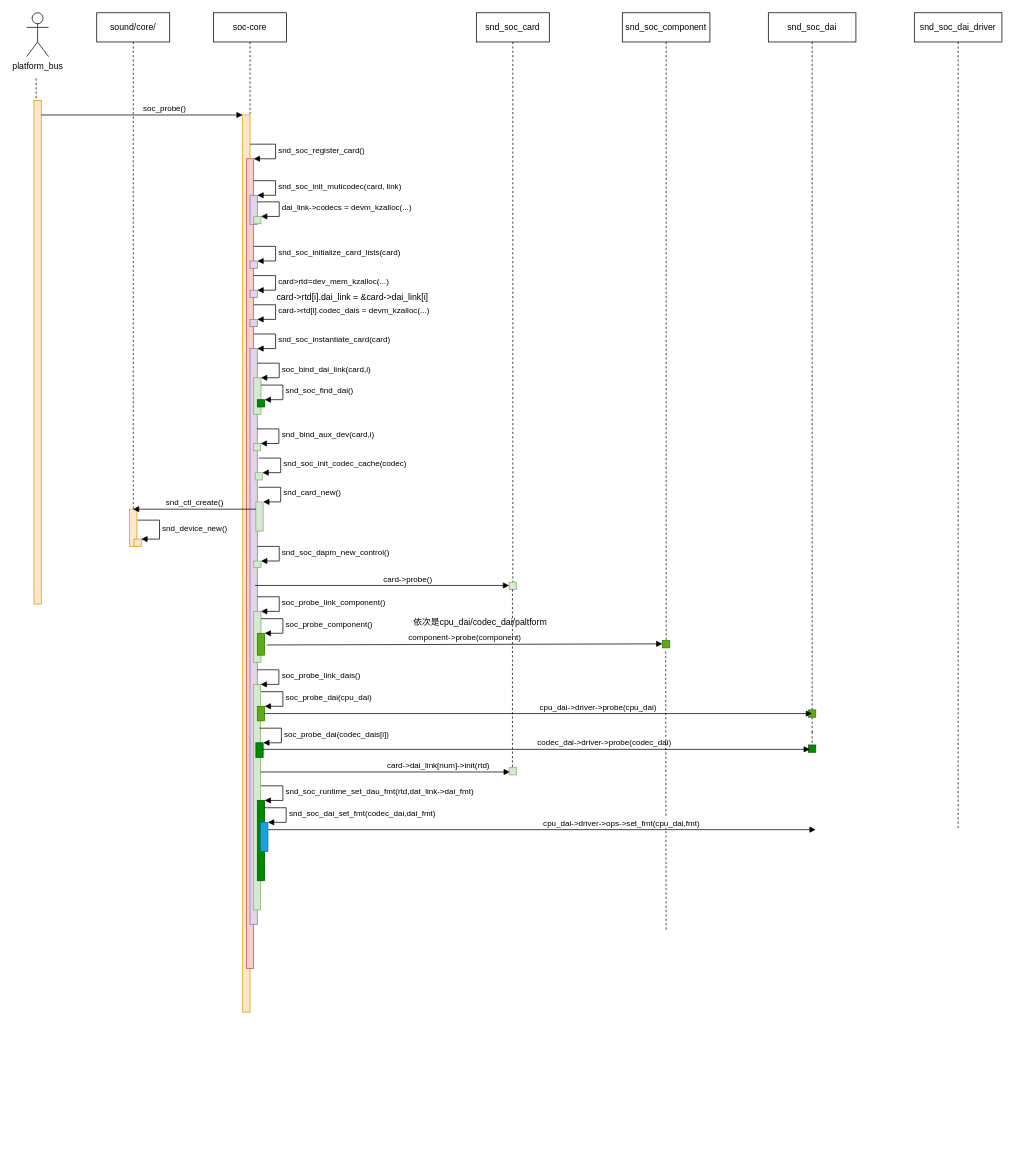
Vinson-001/Blog-flow-chart keeps this draw.io diagram as alsa 驱动分析（一）.drawio. Above is the earlier version. Source tidied: cells renumbered, new cells numbered last; positions are measured from the earlier drawing's top-left corner, leaving out a move shared by most shapes. Both pictures are drawn from the tidied source at 73%, with x=0, y=0 at pixel (26, 12).
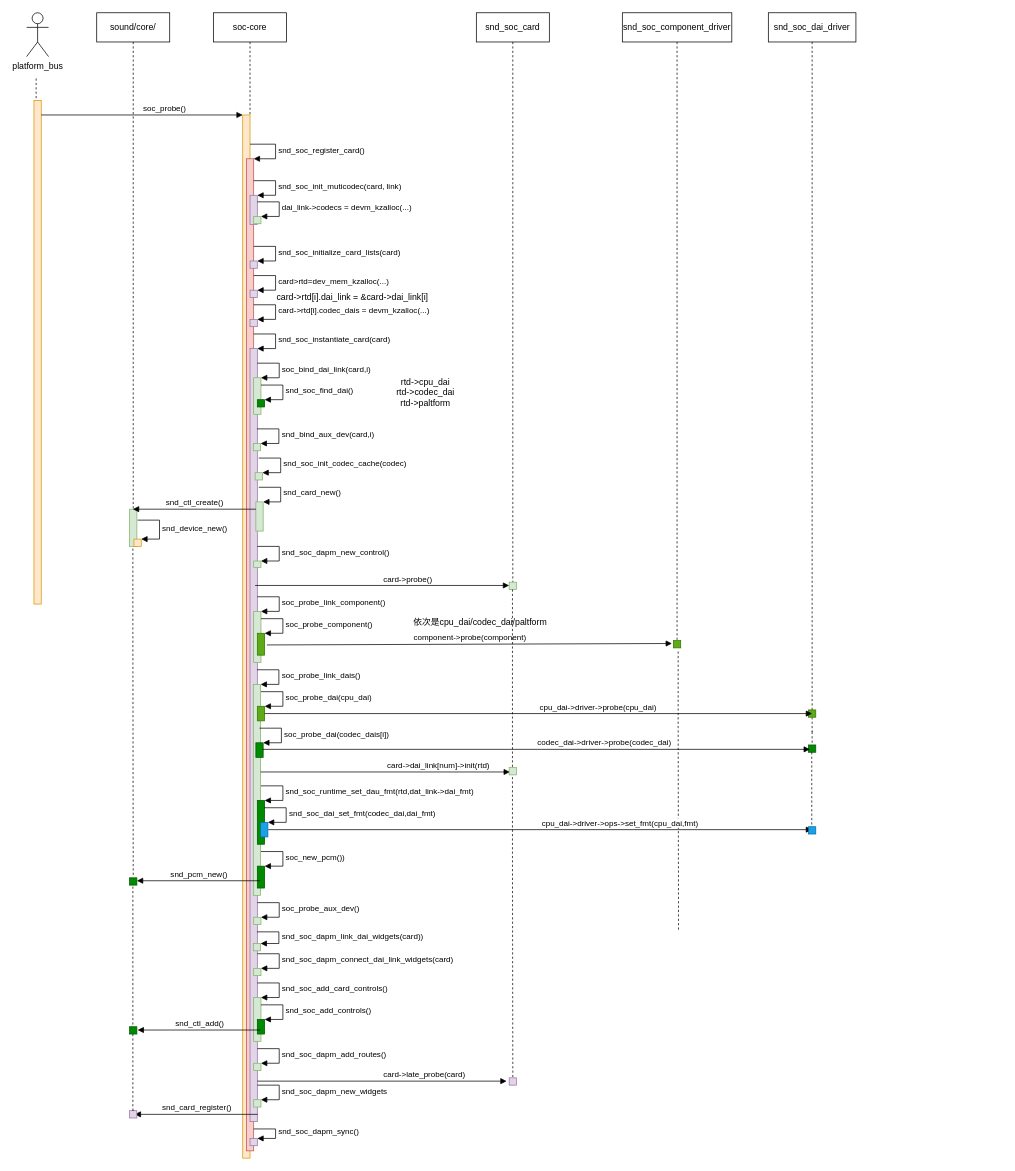
After the change.

Commit message (it also covers changes not shown here):
更新alsa 驱动分析（一）.drawio

Unchanged cells that the change refers to:
```xml
<mxCell id="44" style="html=1;points=[];perimeter=orthogonalPerimeter;fillColor=#60a917;strokeColor=#2D7600;fontColor=#ffffff;" parent="1" vertex="1">
  <mxGeometry x="316" y="850" width="10" height="30" as="geometry" />
</mxCell>
```

Diff of the diagram source:
```diff
@@
-    <mxCell id="2" style="html=1;perimeter=orthogonalPerimeter;fillColor=#ffe6cc;strokeColor=#d79b00;" parent="1" vertex="1">
+    <mxCell id="2" style="html=1;perimeter=orthogonalPerimeter;fillColor=#d5e8d4;strokeColor=#82b366;" parent="1" vertex="1">
       <mxGeometry x="141" y="680" width="10" height="51" as="geometry" />
     </mxCell>
@@
     <mxCell id="8" style="html=1;perimeter=orthogonalPerimeter;fillColor=#ffe6cc;strokeColor=#d79b00;" parent="1" vertex="1">
-      <mxGeometry x="296" y="140" width="10" height="1229" as="geometry" />
+      <mxGeometry x="296" y="140" width="10" height="1429" as="geometry" />
     </mxCell>
@@
     <mxCell id="10" style="html=1;points=[];perimeter=orthogonalPerimeter;fillColor=#f8cecc;strokeColor=#b85450;" parent="1" vertex="1">
-      <mxGeometry x="301" y="200" width="10" height="1109" as="geometry" />
+      <mxGeometry x="301" y="200" width="10" height="1359" as="geometry" />
     </mxCell>
@@
     <mxCell id="22" style="html=1;points=[];perimeter=orthogonalPerimeter;fillColor=#e1d5e7;strokeColor=#9673a6;" parent="1" vertex="1">
-      <mxGeometry x="306" y="460" width="10" height="789" as="geometry" />
+      <mxGeometry x="306" y="460" width="10" height="1059" as="geometry" />
     </mxCell>
@@
-    <mxCell id="46" value="snd_soc_component" style="shape=umlLifeline;perimeter=lifelinePerimeter;whiteSpace=wrap;html=1;" parent="1" vertex="1">
-      <mxGeometry x="816" width="120" height="860" as="geometry" />
+    <mxCell id="46" value="snd_soc_component_driver" style="shape=umlLifeline;perimeter=lifelinePerimeter;whiteSpace=wrap;html=1;" parent="1" vertex="1">
+      <mxGeometry x="816" width="150" height="860" as="geometry" />
     </mxCell>
     <mxCell id="47" style="html=1;points=[];perimeter=orthogonalPerimeter;fillColor=#60a917;fontColor=#ffffff;strokeColor=#2D7600;" parent="1" vertex="1">
-      <mxGeometry x="871" y="860" width="10" height="10" as="geometry" />
+      <mxGeometry x="886" y="860" width="10" height="10" as="geometry" />
     </mxCell>
-    <mxCell id="48" value="component-&amp;gt;probe(component)" style="html=1;verticalAlign=bottom;endArrow=block;rounded=0;exitX=1.3;exitY=0.533;exitDx=0;exitDy=0;exitPerimeter=0;" parent="1" edge="1" source="44">
-      <mxGeometry relative="1" as="geometry">
-        <mxPoint x="871" y="864.5" as="targetPoint" />
-      </mxGeometry>
+    <mxCell id="48" value="component-&amp;gt;probe(component)" style="html=1;verticalAlign=bottom;endArrow=block;rounded=0;exitX=1.3;exitY=0.533;exitDx=0;exitDy=0;exitPerimeter=0;entryX=-0.2;entryY=0.4;entryDx=0;entryDy=0;entryPerimeter=0;" parent="1" edge="1" source="44" target="47">
+      <mxGeometry relative="1" as="geometry" />
     </mxCell>
@@
     <mxCell id="50" style="html=1;points=[];perimeter=orthogonalPerimeter;fillColor=#d5e8d4;strokeColor=#82b366;" parent="1" vertex="1">
-      <mxGeometry x="310.5" y="920" width="10" height="309" as="geometry" />
+      <mxGeometry x="310.5" y="920" width="10" height="289" as="geometry" />
     </mxCell>
@@
-    <mxCell id="52" value="snd_soc_dai" style="shape=umlLifeline;perimeter=lifelinePerimeter;whiteSpace=wrap;html=1;" parent="1" vertex="1">
+    <mxCell id="52" value="snd_soc_dai_driver" style="shape=umlLifeline;perimeter=lifelinePerimeter;whiteSpace=wrap;html=1;" parent="1" vertex="1">
       <mxGeometry x="1016" width="120" height="960" as="geometry" />
     </mxCell>
@@
-    <mxCell id="62" value="snd_soc_dai_driver" style="shape=umlLifeline;perimeter=lifelinePerimeter;whiteSpace=wrap;html=1;" parent="1" vertex="1">
-      <mxGeometry x="1216" width="120" height="1119" as="geometry" />
-    </mxCell>
@@
     <mxCell id="64" style="edgeStyle=orthogonalEdgeStyle;rounded=0;orthogonalLoop=1;jettySize=auto;html=1;endArrow=none;endFill=0;dashed=1;" parent="1" edge="1">
       <mxGeometry relative="1" as="geometry">
-        <mxPoint x="875.5" y="875" as="sourcePoint" />
-        <mxPoint x="876" y="1259" as="targetPoint" />
+        <mxPoint x="892.5" y="875" as="sourcePoint" />
+        <mxPoint x="893" y="1259" as="targetPoint" />
         <Array as="points">
-          <mxPoint x="876" y="979" />
-          <mxPoint x="876" y="979" />
+          <mxPoint x="893" y="979" />
+          <mxPoint x="893" y="979" />
         </Array>
       </mxGeometry>
     </mxCell>
@@
     <mxCell id="67" style="html=1;points=[];perimeter=orthogonalPerimeter;fillColor=#008a00;fontColor=#ffffff;strokeColor=#005700;" parent="1" vertex="1">
-      <mxGeometry x="316" y="1079" width="10" height="110" as="geometry" />
+      <mxGeometry x="316" y="1079" width="10" height="60" as="geometry" />
     </mxCell>
@@
     <mxCell id="69" style="html=1;points=[];perimeter=orthogonalPerimeter;fillColor=#1ba1e2;fontColor=#ffffff;strokeColor=#006EAF;" parent="1" vertex="1">
-      <mxGeometry x="320.5" y="1109" width="10" height="40" as="geometry" />
+      <mxGeometry x="320.5" y="1109" width="10" height="20" as="geometry" />
     </mxCell>
@@
     <mxCell id="71" value="cpu_dai-&amp;gt;driver-&amp;gt;ops-&amp;gt;set_fmt(cpu_dai,fmt)" style="html=1;verticalAlign=bottom;endArrow=block;rounded=0;align=left;" parent="1" edge="1">
       <mxGeometry relative="1" as="geometry">
         <mxPoint x="331" y="1119" as="sourcePoint" />
-        <mxPoint x="1081" y="1119" as="targetPoint" />
+        <mxPoint x="1076" y="1119" as="targetPoint" />
       </mxGeometry>
     </mxCell>
@@
+    <mxCell id="73" value="rtd-&amp;gt;cpu_dai&lt;br&gt;rtd-&amp;gt;codec_dai&lt;br&gt;rtd-&amp;gt;paltform" style="text;html=1;align=center;verticalAlign=middle;strokeColor=none;fillColor=none;" parent="1" vertex="1">
+      <mxGeometry x="496" y="490" width="100" height="60" as="geometry" />
+    </mxCell>
+    <mxCell id="74" style="edgeStyle=orthogonalEdgeStyle;rounded=0;orthogonalLoop=1;jettySize=auto;html=1;endArrow=none;endFill=0;dashed=1;" parent="1" edge="1">
+      <mxGeometry relative="1" as="geometry">
+        <mxPoint x="1075.5" y="1013" as="sourcePoint" />
+        <mxPoint x="1076" y="1119" as="targetPoint" />
+        <Array as="points">
+          <mxPoint x="1076" y="1117" />
+          <mxPoint x="1076" y="1117" />
+        </Array>
+      </mxGeometry>
+    </mxCell>
+    <mxCell id="75" style="html=1;perimeter=orthogonalPerimeter;fillColor=#1ba1e2;fontColor=#ffffff;strokeColor=#006EAF;" parent="1" vertex="1">
+      <mxGeometry x="1071" y="1115" width="10" height="10" as="geometry" />
+    </mxCell>
+    <mxCell id="76" style="html=1;perimeter=orthogonalPerimeter;fillColor=#008a00;strokeColor=#005700;fontColor=#ffffff;" parent="1" vertex="1">
+      <mxGeometry x="141" y="1185" width="10" height="10" as="geometry" />
+    </mxCell>
+    <mxCell id="77" style="edgeStyle=orthogonalEdgeStyle;rounded=0;orthogonalLoop=1;jettySize=auto;html=1;endArrow=none;endFill=0;dashed=1;" parent="1" edge="1">
+      <mxGeometry relative="1" as="geometry">
+        <mxPoint x="145.5" y="734" as="sourcePoint" />
+        <mxPoint x="146" y="1182" as="targetPoint" />
+        <Array as="points">
+          <mxPoint x="146" y="838" />
+          <mxPoint x="146" y="838" />
+        </Array>
+      </mxGeometry>
+    </mxCell>
+    <mxCell id="78" style="html=1;points=[];perimeter=orthogonalPerimeter;fillColor=#008a00;fontColor=#ffffff;strokeColor=#005700;" parent="1" vertex="1">
+      <mxGeometry x="316" y="1169" width="10" height="30" as="geometry" />
+    </mxCell>
+    <mxCell id="79" value="soc_new_pcm())" style="edgeStyle=orthogonalEdgeStyle;html=1;align=left;spacingLeft=2;endArrow=block;rounded=0;entryX=1;entryY=0;" parent="1" edge="1" target="78">
+      <mxGeometry relative="1" as="geometry">
+        <mxPoint x="321" y="1149" as="sourcePoint" />
+        <Array as="points">
+          <mxPoint x="351" y="1149" />
+        </Array>
+      </mxGeometry>
+    </mxCell>
+    <mxCell id="80" value="snd_pcm_new()" style="html=1;verticalAlign=bottom;endArrow=block;rounded=0;" parent="1" edge="1">
+      <mxGeometry relative="1" as="geometry">
+        <mxPoint x="319.5" y="1189" as="sourcePoint" />
+        <mxPoint x="151" y="1189" as="targetPoint" />
+      </mxGeometry>
+    </mxCell>
+    <mxCell id="81" style="html=1;points=[];perimeter=orthogonalPerimeter;fillColor=#d5e8d4;strokeColor=#82b366;" parent="1" vertex="1">
+      <mxGeometry x="311" y="1239" width="10" height="10" as="geometry" />
+    </mxCell>
+    <mxCell id="82" value="soc_probe_aux_dev()" style="edgeStyle=orthogonalEdgeStyle;html=1;align=left;spacingLeft=2;endArrow=block;rounded=0;entryX=1;entryY=0;" parent="1" edge="1" target="81">
+      <mxGeometry relative="1" as="geometry">
+        <mxPoint x="316" y="1219" as="sourcePoint" />
+        <Array as="points">
+          <mxPoint x="346" y="1219" />
+        </Array>
+      </mxGeometry>
+    </mxCell>
+    <mxCell id="83" style="html=1;points=[];perimeter=orthogonalPerimeter;fillColor=#d5e8d4;strokeColor=#82b366;" parent="1" vertex="1">
+      <mxGeometry x="310.5" y="1275" width="10" height="10" as="geometry" />
+    </mxCell>
+    <mxCell id="84" value="snd_soc_dapm_link_dai_widgets(card))" style="edgeStyle=orthogonalEdgeStyle;html=1;align=left;spacingLeft=2;endArrow=block;rounded=0;entryX=1;entryY=0;" parent="1" edge="1" target="83">
+      <mxGeometry relative="1" as="geometry">
+        <mxPoint x="315.5" y="1259" as="sourcePoint" />
+        <Array as="points">
+          <mxPoint x="345.5" y="1259" />
+        </Array>
+      </mxGeometry>
+    </mxCell>
+    <mxCell id="85" style="html=1;points=[];perimeter=orthogonalPerimeter;fillColor=#d5e8d4;strokeColor=#82b366;" parent="1" vertex="1">
+      <mxGeometry x="311" y="1309" width="10" height="10" as="geometry" />
+    </mxCell>
+    <mxCell id="86" value="snd_soc_dapm_connect_dai_link_widgets(card)" style="edgeStyle=orthogonalEdgeStyle;html=1;align=left;spacingLeft=2;endArrow=block;rounded=0;entryX=1;entryY=0;" parent="1" edge="1" target="85">
+      <mxGeometry relative="1" as="geometry">
+        <mxPoint x="316" y="1289" as="sourcePoint" />
+        <Array as="points">
+          <mxPoint x="346" y="1289" />
+        </Array>
+      </mxGeometry>
+    </mxCell>
+    <mxCell id="87" style="html=1;points=[];perimeter=orthogonalPerimeter;fillColor=#d5e8d4;strokeColor=#82b366;" parent="1" vertex="1">
+      <mxGeometry x="311" y="1349" width="10" height="60" as="geometry" />
+    </mxCell>
+    <mxCell id="88" value="snd_soc_add_card_controls()" style="edgeStyle=orthogonalEdgeStyle;html=1;align=left;spacingLeft=2;endArrow=block;rounded=0;entryX=1;entryY=0;" parent="1" edge="1" target="87">
+      <mxGeometry relative="1" as="geometry">
+        <mxPoint x="316" y="1329" as="sourcePoint" />
+        <Array as="points">
+          <mxPoint x="346" y="1329" />
+        </Array>
+      </mxGeometry>
+    </mxCell>
+    <mxCell id="89" style="html=1;points=[];perimeter=orthogonalPerimeter;fillColor=#008a00;fontColor=#ffffff;strokeColor=#005700;" parent="1" vertex="1">
+      <mxGeometry x="316" y="1379" width="10" height="20" as="geometry" />
+    </mxCell>
+    <mxCell id="90" value="snd_soc_add_controls()" style="edgeStyle=orthogonalEdgeStyle;html=1;align=left;spacingLeft=2;endArrow=block;rounded=0;entryX=1;entryY=0;" parent="1" edge="1" target="89">
+      <mxGeometry relative="1" as="geometry">
+        <mxPoint x="321" y="1359" as="sourcePoint" />
+        <Array as="points">
+          <mxPoint x="351" y="1359" />
+        </Array>
+      </mxGeometry>
+    </mxCell>
+    <mxCell id="91" style="html=1;perimeter=orthogonalPerimeter;fillColor=#008a00;strokeColor=#005700;fontColor=#ffffff;" parent="1" vertex="1">
+      <mxGeometry x="141" y="1389" width="10" height="10" as="geometry" />
+    </mxCell>
+    <mxCell id="92" style="edgeStyle=orthogonalEdgeStyle;rounded=0;orthogonalLoop=1;jettySize=auto;html=1;endArrow=none;endFill=0;dashed=1;entryX=0.3;entryY=-0.3;entryDx=0;entryDy=0;entryPerimeter=0;" parent="1" edge="1">
+      <mxGeometry relative="1" as="geometry">
+        <mxPoint x="145.5" y="1197" as="sourcePoint" />
+        <mxPoint x="144" y="1388" as="targetPoint" />
+        <Array as="points">
+          <mxPoint x="146" y="1388" />
+        </Array>
+      </mxGeometry>
+    </mxCell>
+    <mxCell id="93" value="snd_ctl_add()" style="html=1;verticalAlign=bottom;endArrow=block;rounded=0;" parent="1" edge="1">
+      <mxGeometry relative="1" as="geometry">
+        <mxPoint x="320.5" y="1393.5" as="sourcePoint" />
+        <mxPoint x="152" y="1393.5" as="targetPoint" />
+      </mxGeometry>
+    </mxCell>
+    <mxCell id="94" style="html=1;points=[];perimeter=orthogonalPerimeter;fillColor=#d5e8d4;strokeColor=#82b366;" parent="1" vertex="1">
+      <mxGeometry x="311" y="1439" width="10" height="10" as="geometry" />
+    </mxCell>
+    <mxCell id="95" value="snd_soc_dapm_add_routes()" style="edgeStyle=orthogonalEdgeStyle;html=1;align=left;spacingLeft=2;endArrow=block;rounded=0;entryX=1;entryY=0;" parent="1" edge="1" target="94">
+      <mxGeometry relative="1" as="geometry">
+        <mxPoint x="316" y="1419" as="sourcePoint" />
+        <Array as="points">
+          <mxPoint x="346" y="1419" />
+        </Array>
+      </mxGeometry>
+    </mxCell>
+    <mxCell id="96" style="edgeStyle=orthogonalEdgeStyle;rounded=0;orthogonalLoop=1;jettySize=auto;html=1;endArrow=none;endFill=0;dashed=1;" parent="1" edge="1">
+      <mxGeometry relative="1" as="geometry">
+        <mxPoint x="665.5" y="1047" as="sourcePoint" />
+        <mxPoint x="666" y="1459" as="targetPoint" />
+        <Array as="points">
+          <mxPoint x="666" y="1151" />
+          <mxPoint x="666" y="1151" />
+        </Array>
+      </mxGeometry>
+    </mxCell>
+    <mxCell id="97" style="html=1;perimeter=orthogonalPerimeter;fillColor=#e1d5e7;strokeColor=#9673a6;" parent="1" vertex="1">
+      <mxGeometry x="661" y="1459" width="10" height="10" as="geometry" />
+    </mxCell>
+    <mxCell id="98" value="card-&amp;gt;late_probe(card)" style="html=1;verticalAlign=bottom;endArrow=block;rounded=0;align=left;entryX=0.1;entryY=0.6;entryDx=0;entryDy=0;entryPerimeter=0;" parent="1" edge="1">
+      <mxGeometry relative="1" as="geometry">
+        <mxPoint x="316" y="1463.5" as="sourcePoint" />
+        <mxPoint x="657.5" y="1463.5" as="targetPoint" />
+      </mxGeometry>
+    </mxCell>
+    <mxCell id="99" style="html=1;points=[];perimeter=orthogonalPerimeter;fillColor=#d5e8d4;strokeColor=#82b366;" parent="1" vertex="1">
+      <mxGeometry x="311" y="1489" width="10" height="10" as="geometry" />
+    </mxCell>
+    <mxCell id="100" value="snd_soc_dapm_new_widgets" style="edgeStyle=orthogonalEdgeStyle;html=1;align=left;spacingLeft=2;endArrow=block;rounded=0;entryX=1;entryY=0;" parent="1" edge="1" target="99">
+      <mxGeometry relative="1" as="geometry">
+        <mxPoint x="316" y="1469" as="sourcePoint" />
+        <Array as="points">
+          <mxPoint x="346" y="1469" />
+        </Array>
+      </mxGeometry>
+    </mxCell>
+    <mxCell id="101" style="edgeStyle=orthogonalEdgeStyle;rounded=0;jettySize=auto;html=1;endArrow=none;endFill=0;dashed=1;startArrow=none;" parent="1" edge="1" source="103">
+      <mxGeometry relative="1" as="geometry">
+        <mxPoint x="146" y="1509" as="targetPoint" />
+        <Array as="points">
+          <mxPoint x="146" y="1503" />
+          <mxPoint x="146" y="1503" />
+        </Array>
+      </mxGeometry>
+    </mxCell>
+    <mxCell id="102" value="snd_card_register()" style="html=1;verticalAlign=bottom;endArrow=block;rounded=0;" parent="1" edge="1">
+      <mxGeometry relative="1" as="geometry">
+        <mxPoint x="316.5" y="1509" as="sourcePoint" />
+        <mxPoint x="148" y="1509" as="targetPoint" />
+      </mxGeometry>
+    </mxCell>
+    <mxCell id="103" style="html=1;points=[];perimeter=orthogonalPerimeter;fillColor=#e1d5e7;strokeColor=#9673a6;" parent="1" vertex="1">
+      <mxGeometry x="141" y="1504" width="10" height="10" as="geometry" />
+    </mxCell>
+    <mxCell id="104" style="edgeStyle=orthogonalEdgeStyle;rounded=0;jettySize=auto;html=1;endArrow=none;endFill=0;dashed=1;" parent="1" edge="1" target="103">
+      <mxGeometry relative="1" as="geometry">
+        <mxPoint x="145.5" y="1399" as="sourcePoint" />
+      </mxGeometry>
+    </mxCell>
+    <mxCell id="105" style="html=1;points=[];perimeter=orthogonalPerimeter;fillColor=#e1d5e7;strokeColor=#9673a6;" parent="1" vertex="1">
+      <mxGeometry x="306" y="1542" width="10" height="10" as="geometry" />
+    </mxCell>
+    <mxCell id="106" value="snd_soc_dapm_sync()" style="edgeStyle=orthogonalEdgeStyle;html=1;align=left;spacingLeft=2;endArrow=block;rounded=0;entryX=1;entryY=0;" parent="1" edge="1" target="105">
+      <mxGeometry relative="1" as="geometry">
+        <mxPoint x="311" y="1529" as="sourcePoint" />
+        <Array as="points">
+          <mxPoint x="341" y="1529" />
+        </Array>
+      </mxGeometry>
+    </mxCell>
```
